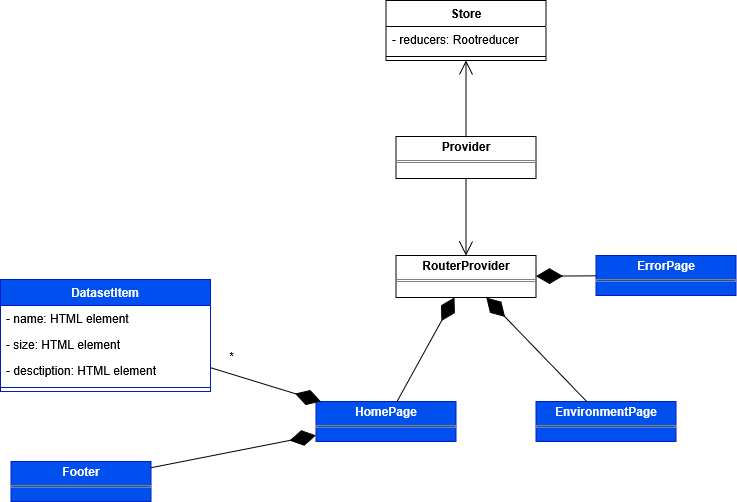
Earlier version of the draw.io export Docs/PB/Generali Esterni/specifica_tecnica/template/images/uml_front/ui/pages.png (6BitBusters/6BitBusters.github.io). Source tidied: cells renumbered, new cells last; positions are measured from the earlier drawing's top-left corner, leaving out a move shared by most shapes.
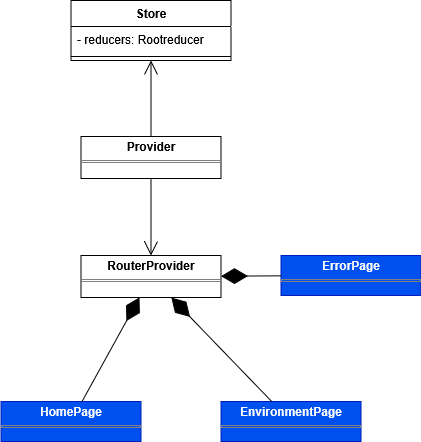
The same file after the commit.

The edit, as a diff of the source:
```diff
@@ -41,32 +41,5 @@
     <mxCell id="14" style="endArrow=diamondThin;endFill=1;endSize=24;html=1;rounded=0;" parent="1" edge="1" source="13" target="8">
       <mxGeometry relative="1" as="geometry" />
     </mxCell>
-    <mxCell id="15" style="endArrow=diamondThin;endFill=1;endSize=24;html=1;rounded=0;" parent="1" edge="1" source="16" target="9">
-      <mxGeometry relative="1" as="geometry" />
-    </mxCell>
-    <mxCell id="16" value="DatasetItem" style="swimlane;fontStyle=1;align=center;verticalAlign=top;horizontal=1;startSize=26;whiteSpace=wrap;html=1;fillColor=#0050ef;fontColor=#ffffff;strokeColor=#001DBC;" parent="1" vertex="1">
-      <mxGeometry y="279" width="210" height="112" as="geometry" />
-    </mxCell>
-    <mxCell id="17" value="- name: HTML element" style="text;strokeColor=none;fillColor=none;align=left;verticalAlign=top;spacingLeft=4;spacingRight=4;overflow=hidden;whiteSpace=wrap;html=1;" parent="16" vertex="1">
-      <mxGeometry y="26" width="210" height="26" as="geometry" />
-    </mxCell>
-    <mxCell id="18" value="- size: HTML element" style="text;strokeColor=none;fillColor=none;align=left;verticalAlign=top;spacingLeft=4;spacingRight=4;overflow=hidden;whiteSpace=wrap;html=1;" parent="16" vertex="1">
-      <mxGeometry y="52" width="210" height="26" as="geometry" />
-    </mxCell>
-    <mxCell id="19" value="- desctiption: HTML element" style="text;strokeColor=none;fillColor=none;align=left;verticalAlign=top;spacingLeft=4;spacingRight=4;overflow=hidden;whiteSpace=wrap;html=1;" parent="16" vertex="1">
-      <mxGeometry y="78" width="210" height="26" as="geometry" />
-    </mxCell>
-    <mxCell id="20" style="line;strokeWidth=1;fillColor=none;align=left;verticalAlign=middle;spacingTop=-1;spacingLeft=3;spacingRight=3;labelPosition=right;strokeColor=inherit;" parent="16" vertex="1">
-      <mxGeometry y="104" width="210" height="8" as="geometry" />
-    </mxCell>
-    <mxCell id="21" value="*" style="text;html=1;align=center;verticalAlign=middle;strokeColor=none;fillColor=none;" parent="1" vertex="1">
-      <mxGeometry x="216" y="341" width="30" height="30" as="geometry" />
-    </mxCell>
-    <mxCell id="22" value="&lt;p style=&quot;margin:0px;margin-top:4px;text-align:center;&quot;&gt;&lt;b&gt;Footer&lt;/b&gt;&lt;/p&gt;&lt;hr size=&quot;1&quot; style=&quot;border-style:solid;&quot;&gt;&lt;div style=&quot;height:2px;&quot;&gt;&lt;/div&gt;" style="verticalAlign=top;align=left;overflow=fill;html=1;whiteSpace=wrap;fillColor=#0050ef;fontColor=#ffffff;strokeColor=#001DBC;" parent="1" vertex="1">
-      <mxGeometry x="10.5" y="461" width="140" height="40" as="geometry" />
-    </mxCell>
-    <mxCell id="23" style="endArrow=diamondThin;endFill=1;endSize=24;html=1;rounded=0;" parent="1" edge="1" source="22" target="9">
-      <mxGeometry relative="1" as="geometry" />
-    </mxCell>
   </root>
 </mxGraphModel>
```
